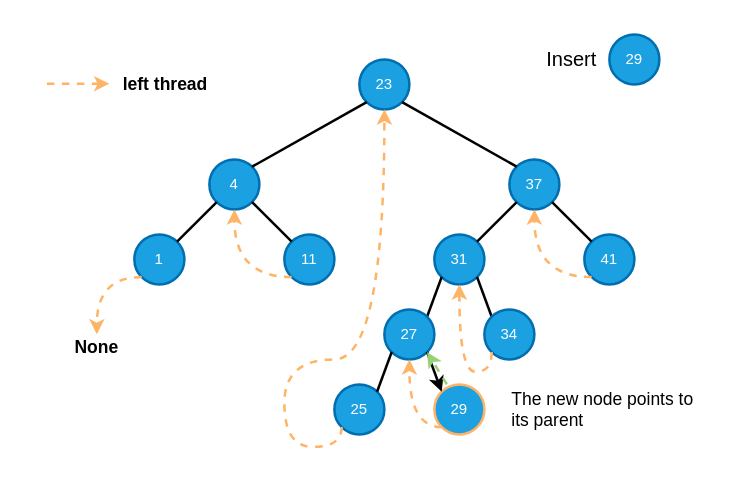
Before: page "12" (12 of 14) of diagrams/left_tbst_insert.drawio in shunsvineyard/pyforest, a draw.io diagram. Source tidied: cells renumbered, new cells numbered last; positions are measured from the earlier drawing's top-left corner, leaving out a move shared by most shapes. Both pictures are drawn from the tidied source at 125%, with x=0, y=0 at pixel (21, 21).
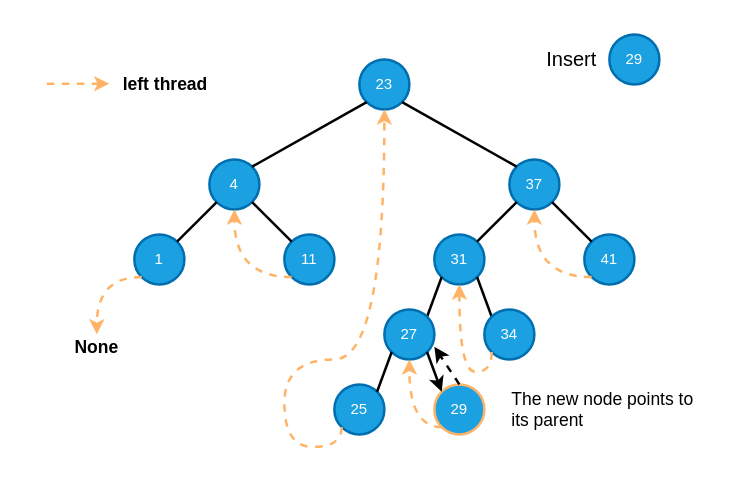
After the change.

The change refers to these unchanged cells:
```xml
<mxCell id="25" value="27" style="ellipse;whiteSpace=wrap;html=1;strokeColor=#006EAF;strokeWidth=2;fillColor=#1ba1e2;fontColor=#ffffff;" parent="1" vertex="1">
  <mxGeometry x="290" y="230" width="40" height="40" as="geometry" />
</mxCell>
```

What changed in the source:
```diff
@@
-    <mxCell id="35" style="endArrow=classic;html=1;dashed=1;strokeColor=#97D077;strokeWidth=2;entryX=1;entryY=1;entryDx=0;entryDy=0;" parent="1" edge="1" target="25">
+    <mxCell id="35" style="endArrow=classic;html=1;dashed=1;strokeColor=#000000;strokeWidth=2;" parent="1" edge="1">
       <mxGeometry relative="1" as="geometry">
-        <mxPoint x="340" y="290" as="sourcePoint" />
+        <mxPoint x="350" y="290" as="sourcePoint" />
+        <mxPoint x="330" y="260" as="targetPoint" />
       </mxGeometry>
     </mxCell>
```
